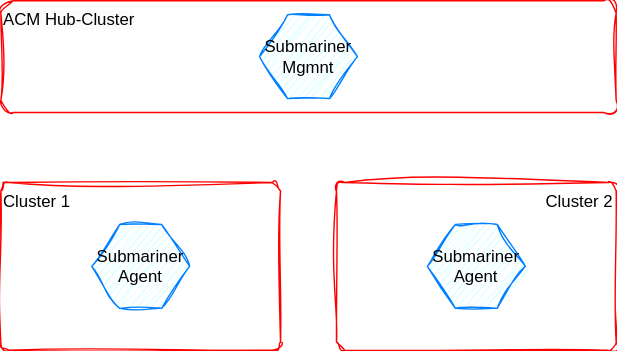
Earlier version of the draw.io export diagrams/architecture-submariner-highlevel.drawio.svg (domenico-piol/rh-crossclusternetworking). Source tidied: cells renumbered, new cells last; positions are measured from the earlier drawing's top-left corner, leaving out a move shared by most shapes.
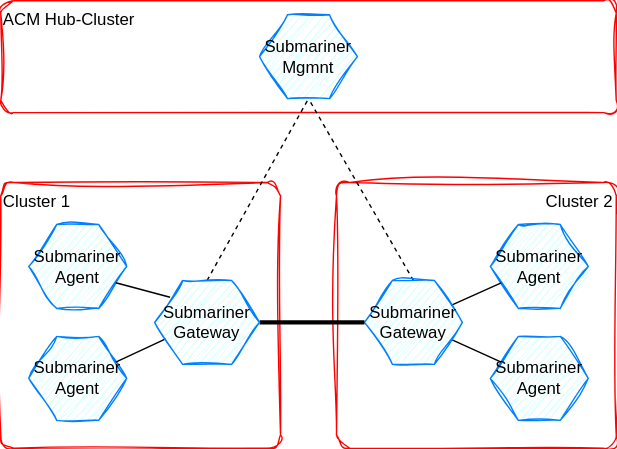
After the change.

Diff of the diagram source:
```diff
@@ -2,12 +2,12 @@
   <root>
     <mxCell id="0" />
     <mxCell id="1" parent="0" />
+    <mxCell id="3" value="Cluster 1" style="rounded=1;whiteSpace=wrap;html=1;fillColor=none;arcSize=5;strokeColor=#FF0000;glass=0;sketch=1;curveFitting=1;jiggle=2;align=left;verticalAlign=top;" parent="1" vertex="1">
+      <mxGeometry y="130" width="200" height="190" as="geometry" />
+    </mxCell>
     <mxCell id="2" value="Cluster 2" style="rounded=1;whiteSpace=wrap;html=1;fillColor=none;arcSize=5;strokeColor=#FF0000;sketch=1;curveFitting=1;jiggle=2;align=right;verticalAlign=top;" parent="1" vertex="1">
-      <mxGeometry x="240" y="130" width="200" height="120" as="geometry" />
+      <mxGeometry x="240" y="130" width="200" height="190" as="geometry" />
     </mxCell>
-    <mxCell id="3" value="Cluster 1" style="rounded=1;whiteSpace=wrap;html=1;fillColor=none;arcSize=5;strokeColor=#FF0000;glass=0;sketch=1;curveFitting=1;jiggle=2;align=left;verticalAlign=top;" parent="1" vertex="1">
-      <mxGeometry y="130" width="200" height="120" as="geometry" />
-    </mxCell>
     <mxCell id="4" style="edgeStyle=none;html=1;entryX=0.5;entryY=0;entryDx=0;entryDy=0;sketch=1;curveFitting=1;jiggle=2;" parent="1" edge="1">
       <mxGeometry relative="1" as="geometry">
         <mxPoint x="100" y="220" as="sourcePoint" />
@@ -25,10 +25,43 @@
       <mxGeometry x="185" y="10" width="70" height="60" as="geometry" />
     </mxCell>
     <mxCell id="8" value="Submariner&lt;div&gt;Agent&lt;/div&gt;" style="shape=hexagon;perimeter=hexagonPerimeter2;whiteSpace=wrap;html=1;fixedSize=1;strokeColor=#007FFF;fillColor=#CCFFFF;sketch=1;curveFitting=1;jiggle=2;" parent="1" vertex="1">
-      <mxGeometry x="65" y="160" width="70" height="60" as="geometry" />
+      <mxGeometry x="20" y="160" width="70" height="60" as="geometry" />
     </mxCell>
     <mxCell id="9" value="Submariner&lt;div&gt;Agent&lt;/div&gt;" style="shape=hexagon;perimeter=hexagonPerimeter2;whiteSpace=wrap;html=1;fixedSize=1;sketch=1;curveFitting=1;jiggle=2;strokeColor=#007FFF;fillColor=#CCFFFF;" parent="1" vertex="1">
-      <mxGeometry x="305" y="160" width="70" height="60" as="geometry" />
+      <mxGeometry x="350" y="160" width="70" height="60" as="geometry" />
     </mxCell>
+    <mxCell id="10" value="Submariner&lt;div&gt;Agent&lt;/div&gt;" style="shape=hexagon;perimeter=hexagonPerimeter2;whiteSpace=wrap;html=1;fixedSize=1;strokeColor=#007FFF;fillColor=#CCFFFF;sketch=1;curveFitting=1;jiggle=2;" parent="1" vertex="1">
+      <mxGeometry x="20" y="240" width="70" height="60" as="geometry" />
+    </mxCell>
+    <mxCell id="11" value="Submariner&lt;div&gt;Agent&lt;/div&gt;" style="shape=hexagon;perimeter=hexagonPerimeter2;whiteSpace=wrap;html=1;fixedSize=1;sketch=1;curveFitting=1;jiggle=2;strokeColor=#007FFF;fillColor=#CCFFFF;" parent="1" vertex="1">
+      <mxGeometry x="350" y="240" width="70" height="60" as="geometry" />
+    </mxCell>
+    <mxCell id="12" style="edgeStyle=none;html=1;exitX=0.5;exitY=0;exitDx=0;exitDy=0;entryX=0.5;entryY=1;entryDx=0;entryDy=0;endArrow=none;endFill=0;dashed=1;" parent="1" edge="1" source="15" target="7">
+      <mxGeometry relative="1" as="geometry" />
+    </mxCell>
+    <mxCell id="13" style="edgeStyle=none;html=1;entryX=0;entryY=0.75;entryDx=0;entryDy=0;endArrow=none;endFill=0;strokeWidth=1;" parent="1" edge="1" source="15" target="9">
+      <mxGeometry relative="1" as="geometry" />
+    </mxCell>
+    <mxCell id="14" style="edgeStyle=none;html=1;entryX=0;entryY=0.25;entryDx=0;entryDy=0;endArrow=none;endFill=0;strokeWidth=1;" parent="1" edge="1" source="15" target="11">
+      <mxGeometry relative="1" as="geometry" />
+    </mxCell>
+    <mxCell id="15" value="Submariner&lt;div&gt;Gateway&lt;/div&gt;" style="shape=hexagon;perimeter=hexagonPerimeter2;whiteSpace=wrap;html=1;fixedSize=1;sketch=1;curveFitting=1;jiggle=2;strokeColor=#007FFF;fillColor=#CCFFFF;" parent="1" vertex="1">
+      <mxGeometry x="260" y="200" width="70" height="60" as="geometry" />
+    </mxCell>
+    <mxCell id="16" style="html=1;exitX=1;exitY=0.5;exitDx=0;exitDy=0;entryX=0;entryY=0.5;entryDx=0;entryDy=0;endArrow=none;endFill=0;strokeWidth=3;fillColor=#f8cecc;strokeColor=#000000;" parent="1" edge="1" source="20" target="15">
+      <mxGeometry relative="1" as="geometry" />
+    </mxCell>
+    <mxCell id="17" style="edgeStyle=none;html=1;exitX=0.5;exitY=0;exitDx=0;exitDy=0;entryX=0.5;entryY=1;entryDx=0;entryDy=0;endArrow=none;endFill=0;dashed=1;" parent="1" edge="1" source="20" target="7">
+      <mxGeometry relative="1" as="geometry" />
+    </mxCell>
+    <mxCell id="18" style="edgeStyle=none;html=1;entryX=1;entryY=0.75;entryDx=0;entryDy=0;endArrow=none;endFill=0;exitX=0.147;exitY=0.2;exitDx=0;exitDy=0;exitPerimeter=0;strokeWidth=1;" parent="1" edge="1" source="20" target="8">
+      <mxGeometry relative="1" as="geometry" />
+    </mxCell>
+    <mxCell id="19" style="edgeStyle=none;html=1;exitX=0;exitY=0.75;exitDx=0;exitDy=0;entryX=1;entryY=0.25;entryDx=0;entryDy=0;endArrow=none;endFill=0;strokeWidth=1;" parent="1" edge="1" source="20" target="10">
+      <mxGeometry relative="1" as="geometry" />
+    </mxCell>
+    <mxCell id="20" value="Submariner&lt;div&gt;Gateway&lt;/div&gt;" style="shape=hexagon;perimeter=hexagonPerimeter2;whiteSpace=wrap;html=1;fixedSize=1;sketch=1;curveFitting=1;jiggle=2;strokeColor=#007FFF;fillColor=#CCFFFF;" parent="1" vertex="1">
+      <mxGeometry x="110" y="200" width="75" height="60" as="geometry" />
+    </mxCell>
   </root>
 </mxGraphModel>
```
